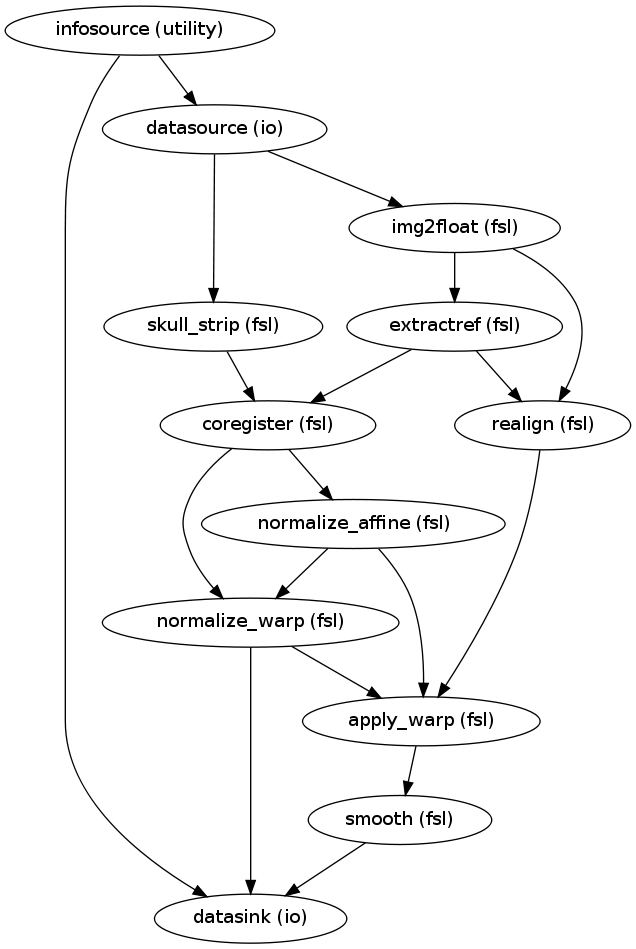
Before: fig/preproc.dot.png, a diagram exported from Graphviz (jmcarp/fmri-repro). Its source is kept beside it as dot/preproc.dot.
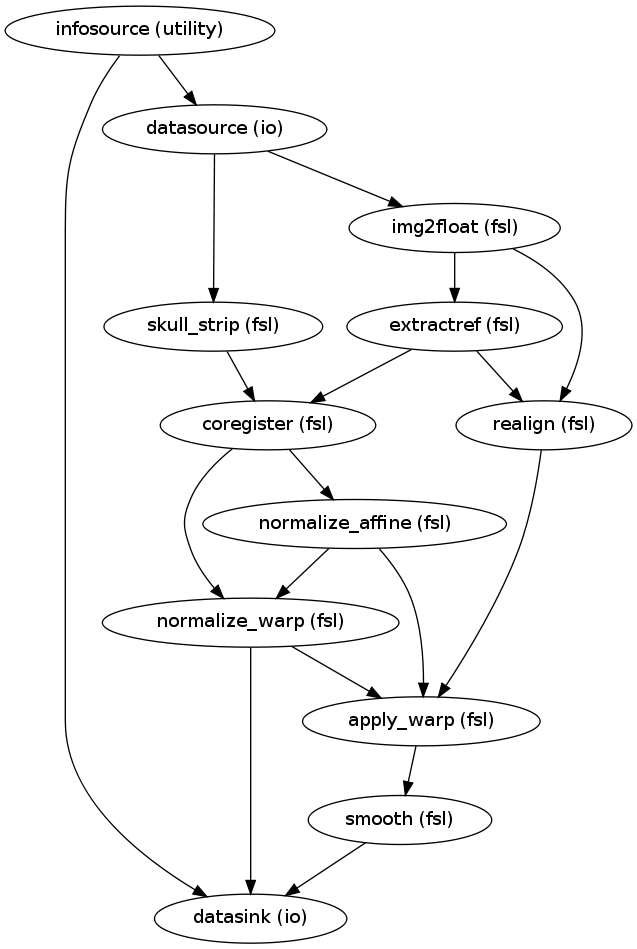
The same diagram one commit later.

What changed in the source:
```diff
@@ -1,15 +1,15 @@
 strict digraph  {
 	"skull_strip (fsl)" -> "coregister (fsl)";
-	"normalize_warp (fsl)" -> "apply_warp (fsl)";
-	"normalize_warp (fsl)" -> "datasink (io)";
 	"infosource (utility)" -> "datasink (io)";
 	"infosource (utility)" -> "datasource (io)";
+	"normalize_warp (fsl)" -> "datasink (io)";
+	"normalize_warp (fsl)" -> "apply_warp (fsl)";
+	"normalize_affine (fsl)" -> "normalize_warp (fsl)";
 	"normalize_affine (fsl)" -> "apply_warp (fsl)";
-	"normalize_affine (fsl)" -> "normalize_warp (fsl)";
 	"smooth (fsl)" -> "datasink (io)";
 	"apply_warp (fsl)" -> "smooth (fsl)";
+	"extractref (fsl)" -> "coregister (fsl)";
 	"extractref (fsl)" -> "realign (fsl)";
-	"extractref (fsl)" -> "coregister (fsl)";
 	"coregister (fsl)" -> "normalize_warp (fsl)";
 	"coregister (fsl)" -> "normalize_affine (fsl)";
 	"realign (fsl)" -> "apply_warp (fsl)";
```
